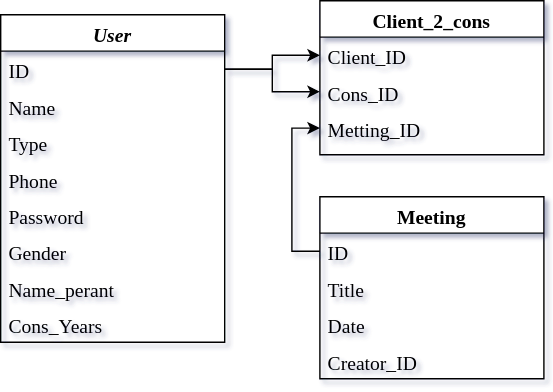
The draw.io diagram ScheduleAssist/SDD/ERD.svg in sholker/exercises_shenkar, before a commit. Source tidied: cells renumbered, new cells last; positions are measured from the earlier drawing's top-left corner, leaving out a move shared by most shapes. The source it was exported from:
```xml
<mxGraphModel>
  <root>
    <mxCell id="0" />
    <mxCell id="1" parent="0" />
    <mxCell id="2" value="User" style="swimlane;fontStyle=3;align=center;verticalAlign=top;horizontal=1;startSize=26;rounded=0;shadow=0;strokeWidth=1;fontSize=14;fontFamily=Tahoma;" parent="1" vertex="1">
      <mxGeometry y="10" width="160" height="234" as="geometry" />
    </mxCell>
    <mxCell id="3" value="ID" style="text;align=left;verticalAlign=top;spacingLeft=4;spacingRight=4;overflow=hidden;points=[[0,0.5],[1,0.5]];portConstraint=eastwest;fontSize=14;fontFamily=Tahoma;" parent="2" vertex="1">
      <mxGeometry y="26" width="160" height="26" as="geometry" />
    </mxCell>
    <mxCell id="4" value="Name" style="text;align=left;verticalAlign=top;spacingLeft=4;spacingRight=4;overflow=hidden;fontSize=14;fontFamily=Tahoma;" parent="2" vertex="1">
      <mxGeometry y="52" width="160" height="26" as="geometry" />
    </mxCell>
    <mxCell id="5" value="Type" style="text;align=left;verticalAlign=top;spacingLeft=4;spacingRight=4;overflow=hidden;fontSize=14;fontFamily=Tahoma;" parent="2" vertex="1">
      <mxGeometry y="78" width="160" height="26" as="geometry" />
    </mxCell>
    <mxCell id="6" value="Phone" style="text;align=left;verticalAlign=top;spacingLeft=4;spacingRight=4;overflow=hidden;fontSize=14;fontFamily=Tahoma;" parent="2" vertex="1">
      <mxGeometry y="104" width="160" height="26" as="geometry" />
    </mxCell>
    <mxCell id="7" value="Password" style="text;align=left;verticalAlign=top;spacingLeft=4;spacingRight=4;overflow=hidden;rounded=0;shadow=0;html=0;fontSize=14;fontFamily=Tahoma;" parent="2" vertex="1">
      <mxGeometry y="130" width="160" height="26" as="geometry" />
    </mxCell>
    <mxCell id="8" value="Gender" style="text;align=left;verticalAlign=top;spacingLeft=4;spacingRight=4;overflow=hidden;fontSize=14;fontFamily=Tahoma;" parent="2" vertex="1">
      <mxGeometry y="156" width="160" height="26" as="geometry" />
    </mxCell>
    <mxCell id="9" value="Name_perant" style="text;align=left;verticalAlign=top;spacingLeft=4;spacingRight=4;overflow=hidden;rounded=0;shadow=0;html=0;fontSize=14;fontFamily=Tahoma;" parent="2" vertex="1">
      <mxGeometry y="182" width="160" height="26" as="geometry" />
    </mxCell>
    <mxCell id="10" value="Cons_Years" style="text;align=left;verticalAlign=top;spacingLeft=4;spacingRight=4;overflow=hidden;rounded=0;shadow=0;html=0;fontSize=14;fontFamily=Tahoma;" parent="2" vertex="1">
      <mxGeometry y="208" width="160" height="26" as="geometry" />
    </mxCell>
    <mxCell id="11" value="Meeting" style="swimlane;fontStyle=1;align=center;verticalAlign=top;horizontal=1;startSize=26;rounded=0;shadow=0;strokeWidth=1;fontSize=14;fontFamily=Tahoma;" parent="1" vertex="1">
      <mxGeometry x="228" y="140" width="160" height="130" as="geometry" />
    </mxCell>
    <mxCell id="12" value="ID" style="text;align=left;verticalAlign=top;spacingLeft=4;spacingRight=4;overflow=hidden;points=[[0,0.5],[1,0.5]];portConstraint=eastwest;fontSize=14;fontFamily=Tahoma;" parent="11" vertex="1">
      <mxGeometry y="26" width="160" height="26" as="geometry" />
    </mxCell>
    <mxCell id="13" value="Title" style="text;align=left;verticalAlign=top;spacingLeft=4;spacingRight=4;overflow=hidden;rounded=0;shadow=0;html=0;fontSize=14;fontFamily=Tahoma;" parent="11" vertex="1">
      <mxGeometry y="52" width="160" height="26" as="geometry" />
    </mxCell>
    <mxCell id="14" value="Date" style="text;align=left;verticalAlign=top;spacingLeft=4;spacingRight=4;overflow=hidden;rounded=0;shadow=0;html=0;fontSize=14;fontFamily=Tahoma;" parent="11" vertex="1">
      <mxGeometry y="78" width="160" height="26" as="geometry" />
    </mxCell>
    <mxCell id="15" value="Creator_ID" style="text;align=left;verticalAlign=top;spacingLeft=4;spacingRight=4;overflow=hidden;rounded=0;shadow=0;html=0;fontSize=14;fontFamily=Tahoma;" parent="11" vertex="1">
      <mxGeometry y="104" width="160" height="26" as="geometry" />
    </mxCell>
    <mxCell id="16" value="Client_2_cons" style="swimlane;fontStyle=1;align=center;verticalAlign=top;horizontal=1;startSize=26;rounded=0;shadow=0;strokeWidth=1;fontSize=14;fontFamily=Tahoma;" parent="1" vertex="1">
      <mxGeometry x="228" width="160" height="110" as="geometry" />
    </mxCell>
    <mxCell id="17" value="Client_ID" style="text;align=left;verticalAlign=top;spacingLeft=4;spacingRight=4;overflow=hidden;points=[[0,0.5],[1,0.5]];portConstraint=eastwest;fontSize=14;fontFamily=Tahoma;" parent="16" vertex="1">
      <mxGeometry y="26" width="160" height="26" as="geometry" />
    </mxCell>
    <mxCell id="18" value="Cons_ID" style="text;align=left;verticalAlign=top;spacingLeft=4;spacingRight=4;overflow=hidden;points=[[0,0.5],[1,0.5]];portConstraint=eastwest;fontSize=14;fontFamily=Tahoma;" parent="16" vertex="1">
      <mxGeometry y="52" width="160" height="26" as="geometry" />
    </mxCell>
    <mxCell id="19" value="Metting_ID&#10;&#10;-&#10;" style="text;align=left;verticalAlign=top;spacingLeft=4;spacingRight=4;overflow=hidden;points=[[0,0.5],[1,0.5]];portConstraint=eastwest;rounded=0;shadow=0;html=0;fontSize=14;fontFamily=Tahoma;" parent="16" vertex="1">
      <mxGeometry y="78" width="160" height="26" as="geometry" />
    </mxCell>
    <mxCell id="20" style="edgeStyle=orthogonalEdgeStyle;rounded=0;jettySize=auto;html=1;entryX=0;entryY=0.5;entryDx=0;entryDy=0;fontSize=14;fontFamily=Tahoma;" parent="1" edge="1" source="12" target="19">
      <mxGeometry relative="1" as="geometry" />
    </mxCell>
    <mxCell id="21" style="edgeStyle=orthogonalEdgeStyle;rounded=0;jettySize=auto;html=1;entryX=0;entryY=0.5;entryDx=0;entryDy=0;fontSize=14;fontFamily=Tahoma;" parent="1" edge="1" source="3" target="17">
      <mxGeometry relative="1" as="geometry" />
    </mxCell>
    <mxCell id="22" style="edgeStyle=orthogonalEdgeStyle;rounded=0;jettySize=auto;html=1;entryX=0;entryY=0.5;entryDx=0;entryDy=0;fontSize=14;fontFamily=Tahoma;" parent="1" edge="1" source="3" target="18">
      <mxGeometry relative="1" as="geometry" />
    </mxCell>
  </root>
</mxGraphModel>
```
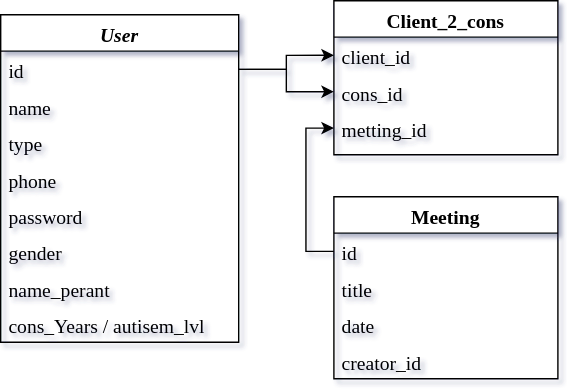
Above is the later version.

The edit, as a diff of the source:
```diff
@@ -3,57 +3,57 @@
     <mxCell id="0" />
     <mxCell id="1" parent="0" />
     <mxCell id="2" value="User" style="swimlane;fontStyle=3;align=center;verticalAlign=top;horizontal=1;startSize=26;rounded=0;shadow=0;strokeWidth=1;fontSize=14;fontFamily=Tahoma;" parent="1" vertex="1">
-      <mxGeometry y="10" width="160" height="234" as="geometry" />
+      <mxGeometry x="-10" y="10" width="170" height="234" as="geometry" />
     </mxCell>
-    <mxCell id="3" value="ID" style="text;align=left;verticalAlign=top;spacingLeft=4;spacingRight=4;overflow=hidden;points=[[0,0.5],[1,0.5]];portConstraint=eastwest;fontSize=14;fontFamily=Tahoma;" parent="2" vertex="1">
-      <mxGeometry y="26" width="160" height="26" as="geometry" />
+    <mxCell id="3" value="id" style="text;align=left;verticalAlign=top;spacingLeft=4;spacingRight=4;overflow=hidden;points=[[0,0.5],[1,0.5]];portConstraint=eastwest;fontSize=14;fontFamily=Tahoma;" parent="2" vertex="1">
+      <mxGeometry y="26" width="170" height="26" as="geometry" />
     </mxCell>
-    <mxCell id="4" value="Name" style="text;align=left;verticalAlign=top;spacingLeft=4;spacingRight=4;overflow=hidden;fontSize=14;fontFamily=Tahoma;" parent="2" vertex="1">
-      <mxGeometry y="52" width="160" height="26" as="geometry" />
+    <mxCell id="4" value="name" style="text;align=left;verticalAlign=top;spacingLeft=4;spacingRight=4;overflow=hidden;fontSize=14;fontFamily=Tahoma;" parent="2" vertex="1">
+      <mxGeometry y="52" width="170" height="26" as="geometry" />
     </mxCell>
-    <mxCell id="5" value="Type" style="text;align=left;verticalAlign=top;spacingLeft=4;spacingRight=4;overflow=hidden;fontSize=14;fontFamily=Tahoma;" parent="2" vertex="1">
-      <mxGeometry y="78" width="160" height="26" as="geometry" />
+    <mxCell id="5" value="type" style="text;align=left;verticalAlign=top;spacingLeft=4;spacingRight=4;overflow=hidden;fontSize=14;fontFamily=Tahoma;" parent="2" vertex="1">
+      <mxGeometry y="78" width="170" height="26" as="geometry" />
     </mxCell>
-    <mxCell id="6" value="Phone" style="text;align=left;verticalAlign=top;spacingLeft=4;spacingRight=4;overflow=hidden;fontSize=14;fontFamily=Tahoma;" parent="2" vertex="1">
-      <mxGeometry y="104" width="160" height="26" as="geometry" />
+    <mxCell id="6" value="phone" style="text;align=left;verticalAlign=top;spacingLeft=4;spacingRight=4;overflow=hidden;fontSize=14;fontFamily=Tahoma;" parent="2" vertex="1">
+      <mxGeometry y="104" width="170" height="26" as="geometry" />
     </mxCell>
-    <mxCell id="7" value="Password" style="text;align=left;verticalAlign=top;spacingLeft=4;spacingRight=4;overflow=hidden;rounded=0;shadow=0;html=0;fontSize=14;fontFamily=Tahoma;" parent="2" vertex="1">
-      <mxGeometry y="130" width="160" height="26" as="geometry" />
+    <mxCell id="7" value="password" style="text;align=left;verticalAlign=top;spacingLeft=4;spacingRight=4;overflow=hidden;rounded=0;shadow=0;html=0;fontSize=14;fontFamily=Tahoma;" parent="2" vertex="1">
+      <mxGeometry y="130" width="170" height="26" as="geometry" />
     </mxCell>
-    <mxCell id="8" value="Gender" style="text;align=left;verticalAlign=top;spacingLeft=4;spacingRight=4;overflow=hidden;fontSize=14;fontFamily=Tahoma;" parent="2" vertex="1">
-      <mxGeometry y="156" width="160" height="26" as="geometry" />
+    <mxCell id="8" value="gender" style="text;align=left;verticalAlign=top;spacingLeft=4;spacingRight=4;overflow=hidden;fontSize=14;fontFamily=Tahoma;" parent="2" vertex="1">
+      <mxGeometry y="156" width="170" height="26" as="geometry" />
     </mxCell>
-    <mxCell id="9" value="Name_perant" style="text;align=left;verticalAlign=top;spacingLeft=4;spacingRight=4;overflow=hidden;rounded=0;shadow=0;html=0;fontSize=14;fontFamily=Tahoma;" parent="2" vertex="1">
-      <mxGeometry y="182" width="160" height="26" as="geometry" />
+    <mxCell id="9" value="name_perant" style="text;align=left;verticalAlign=top;spacingLeft=4;spacingRight=4;overflow=hidden;rounded=0;shadow=0;html=0;fontSize=14;fontFamily=Tahoma;" parent="2" vertex="1">
+      <mxGeometry y="182" width="170" height="26" as="geometry" />
     </mxCell>
-    <mxCell id="10" value="Cons_Years" style="text;align=left;verticalAlign=top;spacingLeft=4;spacingRight=4;overflow=hidden;rounded=0;shadow=0;html=0;fontSize=14;fontFamily=Tahoma;" parent="2" vertex="1">
-      <mxGeometry y="208" width="160" height="26" as="geometry" />
+    <mxCell id="10" value="cons_Years / autisem_lvl" style="text;align=left;verticalAlign=top;spacingLeft=4;spacingRight=4;overflow=hidden;rounded=0;shadow=0;html=0;fontSize=14;fontFamily=Tahoma;" parent="2" vertex="1">
+      <mxGeometry y="208" width="170" height="26" as="geometry" />
     </mxCell>
     <mxCell id="11" value="Meeting" style="swimlane;fontStyle=1;align=center;verticalAlign=top;horizontal=1;startSize=26;rounded=0;shadow=0;strokeWidth=1;fontSize=14;fontFamily=Tahoma;" parent="1" vertex="1">
       <mxGeometry x="228" y="140" width="160" height="130" as="geometry" />
     </mxCell>
-    <mxCell id="12" value="ID" style="text;align=left;verticalAlign=top;spacingLeft=4;spacingRight=4;overflow=hidden;points=[[0,0.5],[1,0.5]];portConstraint=eastwest;fontSize=14;fontFamily=Tahoma;" parent="11" vertex="1">
+    <mxCell id="12" value="id" style="text;align=left;verticalAlign=top;spacingLeft=4;spacingRight=4;overflow=hidden;points=[[0,0.5],[1,0.5]];portConstraint=eastwest;fontSize=14;fontFamily=Tahoma;" parent="11" vertex="1">
       <mxGeometry y="26" width="160" height="26" as="geometry" />
     </mxCell>
-    <mxCell id="13" value="Title" style="text;align=left;verticalAlign=top;spacingLeft=4;spacingRight=4;overflow=hidden;rounded=0;shadow=0;html=0;fontSize=14;fontFamily=Tahoma;" parent="11" vertex="1">
+    <mxCell id="13" value="title" style="text;align=left;verticalAlign=top;spacingLeft=4;spacingRight=4;overflow=hidden;rounded=0;shadow=0;html=0;fontSize=14;fontFamily=Tahoma;" parent="11" vertex="1">
       <mxGeometry y="52" width="160" height="26" as="geometry" />
     </mxCell>
-    <mxCell id="14" value="Date" style="text;align=left;verticalAlign=top;spacingLeft=4;spacingRight=4;overflow=hidden;rounded=0;shadow=0;html=0;fontSize=14;fontFamily=Tahoma;" parent="11" vertex="1">
+    <mxCell id="14" value="date" style="text;align=left;verticalAlign=top;spacingLeft=4;spacingRight=4;overflow=hidden;rounded=0;shadow=0;html=0;fontSize=14;fontFamily=Tahoma;" parent="11" vertex="1">
       <mxGeometry y="78" width="160" height="26" as="geometry" />
     </mxCell>
-    <mxCell id="15" value="Creator_ID" style="text;align=left;verticalAlign=top;spacingLeft=4;spacingRight=4;overflow=hidden;rounded=0;shadow=0;html=0;fontSize=14;fontFamily=Tahoma;" parent="11" vertex="1">
+    <mxCell id="15" value="creator_id" style="text;align=left;verticalAlign=top;spacingLeft=4;spacingRight=4;overflow=hidden;rounded=0;shadow=0;html=0;fontSize=14;fontFamily=Tahoma;" parent="11" vertex="1">
       <mxGeometry y="104" width="160" height="26" as="geometry" />
     </mxCell>
     <mxCell id="16" value="Client_2_cons" style="swimlane;fontStyle=1;align=center;verticalAlign=top;horizontal=1;startSize=26;rounded=0;shadow=0;strokeWidth=1;fontSize=14;fontFamily=Tahoma;" parent="1" vertex="1">
       <mxGeometry x="228" width="160" height="110" as="geometry" />
     </mxCell>
-    <mxCell id="17" value="Client_ID" style="text;align=left;verticalAlign=top;spacingLeft=4;spacingRight=4;overflow=hidden;points=[[0,0.5],[1,0.5]];portConstraint=eastwest;fontSize=14;fontFamily=Tahoma;" parent="16" vertex="1">
+    <mxCell id="17" value="client_id" style="text;align=left;verticalAlign=top;spacingLeft=4;spacingRight=4;overflow=hidden;points=[[0,0.5],[1,0.5]];portConstraint=eastwest;fontSize=14;fontFamily=Tahoma;" parent="16" vertex="1">
       <mxGeometry y="26" width="160" height="26" as="geometry" />
     </mxCell>
-    <mxCell id="18" value="Cons_ID" style="text;align=left;verticalAlign=top;spacingLeft=4;spacingRight=4;overflow=hidden;points=[[0,0.5],[1,0.5]];portConstraint=eastwest;fontSize=14;fontFamily=Tahoma;" parent="16" vertex="1">
+    <mxCell id="18" value="cons_id" style="text;align=left;verticalAlign=top;spacingLeft=4;spacingRight=4;overflow=hidden;points=[[0,0.5],[1,0.5]];portConstraint=eastwest;fontSize=14;fontFamily=Tahoma;" parent="16" vertex="1">
       <mxGeometry y="52" width="160" height="26" as="geometry" />
     </mxCell>
-    <mxCell id="19" value="Metting_ID&#10;&#10;-&#10;" style="text;align=left;verticalAlign=top;spacingLeft=4;spacingRight=4;overflow=hidden;points=[[0,0.5],[1,0.5]];portConstraint=eastwest;rounded=0;shadow=0;html=0;fontSize=14;fontFamily=Tahoma;" parent="16" vertex="1">
+    <mxCell id="19" value="metting_id&#10;" style="text;align=left;verticalAlign=top;spacingLeft=4;spacingRight=4;overflow=hidden;points=[[0,0.5],[1,0.5]];portConstraint=eastwest;rounded=0;shadow=0;html=0;fontSize=14;fontFamily=Tahoma;" parent="16" vertex="1">
       <mxGeometry y="78" width="160" height="26" as="geometry" />
     </mxCell>
     <mxCell id="20" style="edgeStyle=orthogonalEdgeStyle;rounded=0;jettySize=auto;html=1;entryX=0;entryY=0.5;entryDx=0;entryDy=0;fontSize=14;fontFamily=Tahoma;" parent="1" edge="1" source="12" target="19">
```
